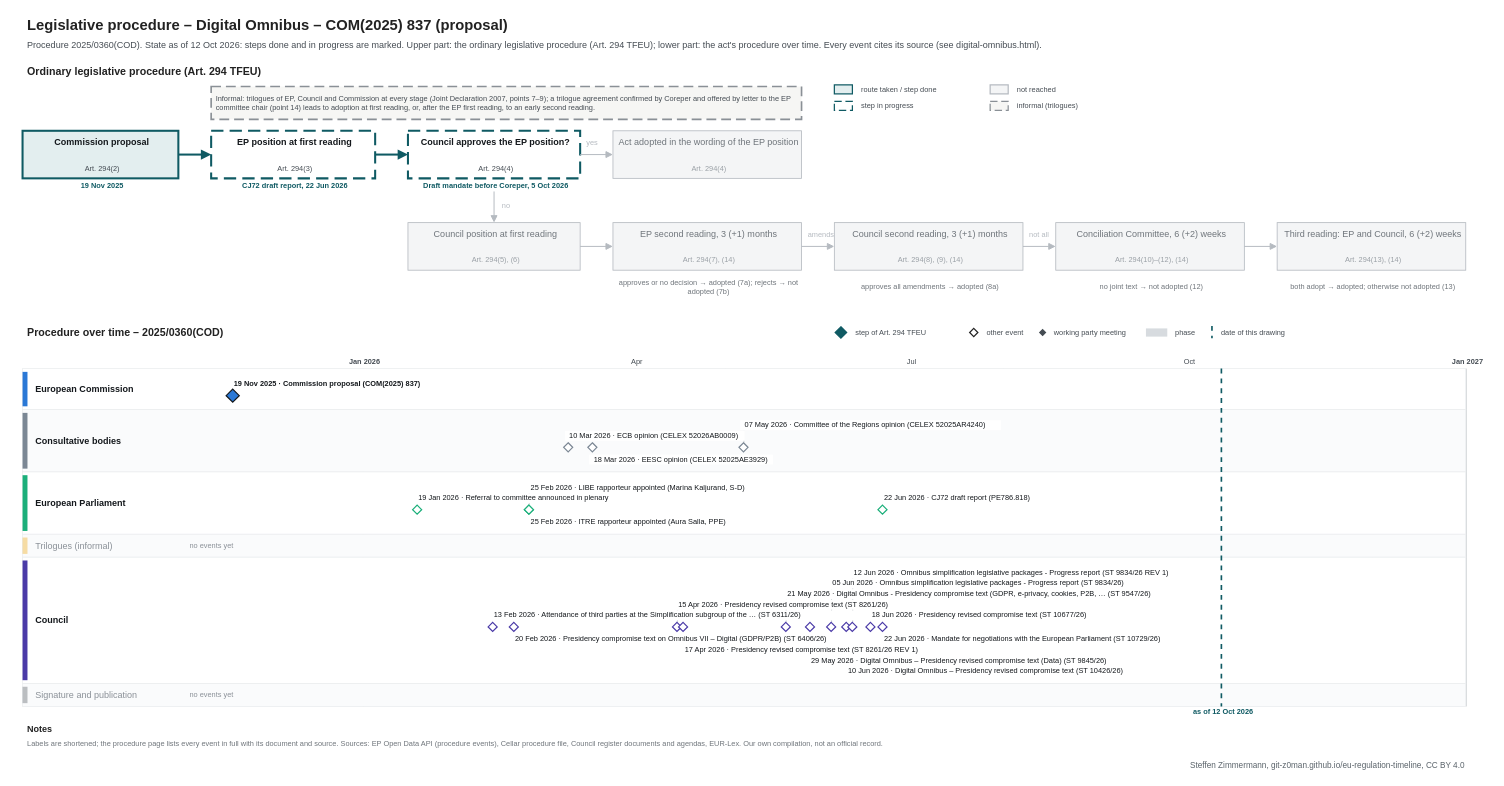
Above: procedures/digital-omnibus.drawio in git-z0man/eu-regulation-timeline (draw.io), before the change. Source tidied: cells renumbered, new cells numbered last; positions are measured from the earlier drawing's top-left corner, leaving out a move shared by most shapes. Both pictures are drawn from the tidied source at 82%, with x=0, y=0 at pixel (14, 14).
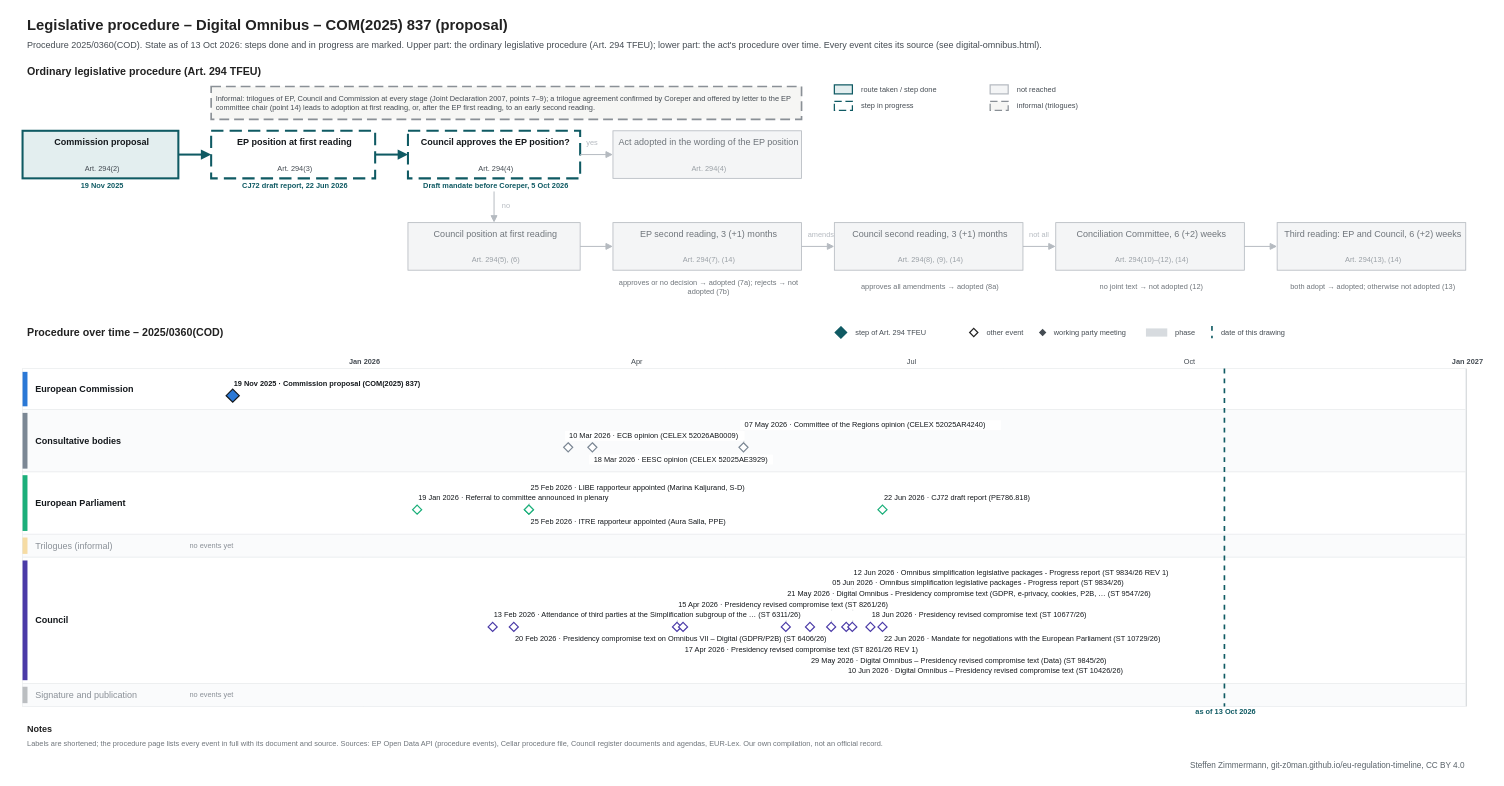
After the change.

Change to the diagram source:
```diff
@@
-    <mxCell id="3" value="Procedure 2025/0360(COD). State as of 12 Oct 2026: steps done and in progress are marked. Upper part: the ordinary legislative procedure (Art. 294 TFEU); lower part: the act's procedure over time. Every event cites its source (see digital-omnibus.html)." style="text;html=1;fontSize=11;fontColor=#454c53;align=left;verticalAlign=middle;spacingLeft=4;" parent="1" vertex="1">
+    <mxCell id="3" value="Procedure 2025/0360(COD). State as of 13 Oct 2026: steps done and in progress are marked. Upper part: the ordinary legislative procedure (Art. 294 TFEU); lower part: the act's procedure over time. Every event cites its source (see digital-omnibus.html)." style="text;html=1;fontSize=11;fontColor=#454c53;align=left;verticalAlign=middle;spacingLeft=4;" parent="1" vertex="1">
       <mxGeometry x="10" y="28" width="1700" height="18" as="geometry" />
     </mxCell>
@@
     <mxCell id="112" style="line;html=1;strokeWidth=2;strokeColor=#0f5a63;direction=south;dashed=1;" parent="1" vertex="1">
-      <mxGeometry x="1471.5" y="432" width="1" height="412" as="geometry" />
+      <mxGeometry x="1475.2" y="432" width="1" height="412" as="geometry" />
     </mxCell>
-    <mxCell id="113" value="as of 12 Oct 2026" style="text;html=1;fontSize=9;fontColor=#0f5a63;align=center;verticalAlign=middle;spacingLeft=4;fontStyle=1;" parent="1" vertex="1">
-      <mxGeometry x="1411.5" y="845" width="120" height="12" as="geometry" />
+    <mxCell id="113" value="as of 13 Oct 2026" style="text;html=1;fontSize=9;fontColor=#0f5a63;align=center;verticalAlign=middle;spacingLeft=4;fontStyle=1;" parent="1" vertex="1">
+      <mxGeometry x="1415.2" y="845" width="120" height="12" as="geometry" />
     </mxCell>
```
